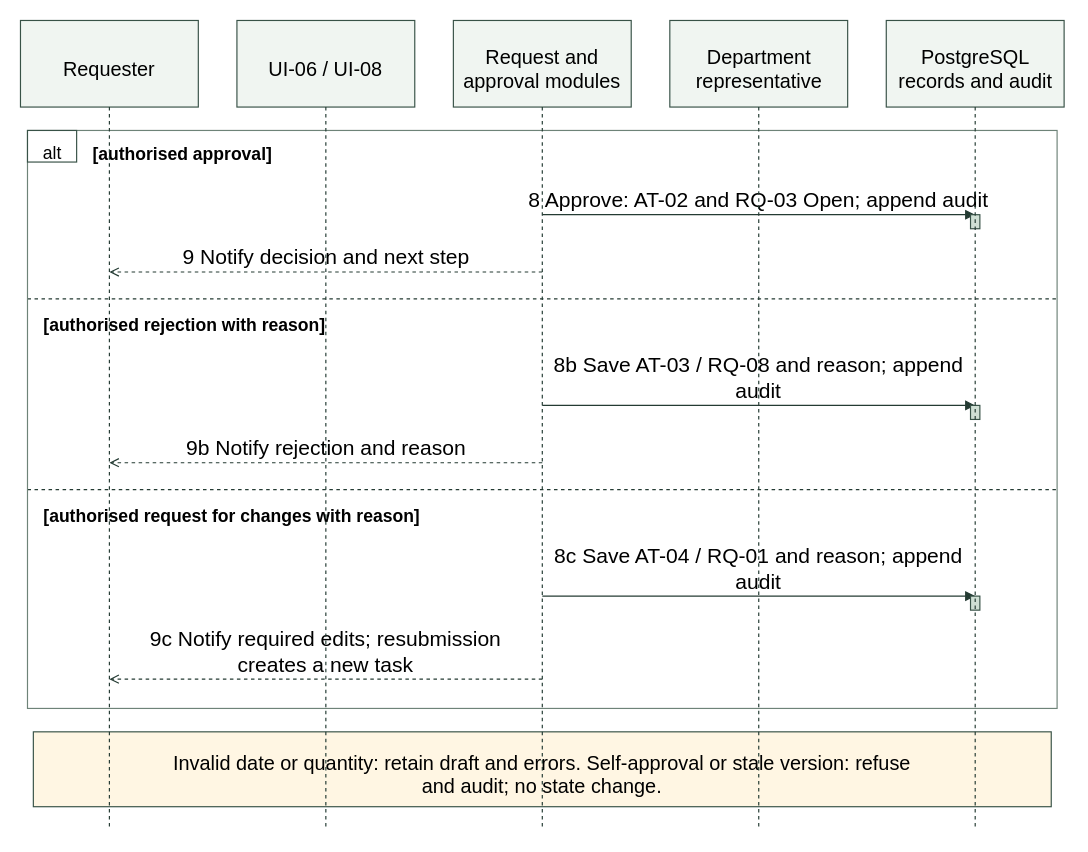
The draw.io diagram docs/phase45/diagrams/zayed/figure-9-3-request-approval-part-2.drawio in duqins/ITS, before the edit. Source tidied: cells renumbered, new cells numbered last; positions are measured from the earlier drawing's top-left corner, leaving out a move shared by most shapes. Both pictures are drawn from the tidied source at 117%, with x=0, y=0 at pixel (20, 20).
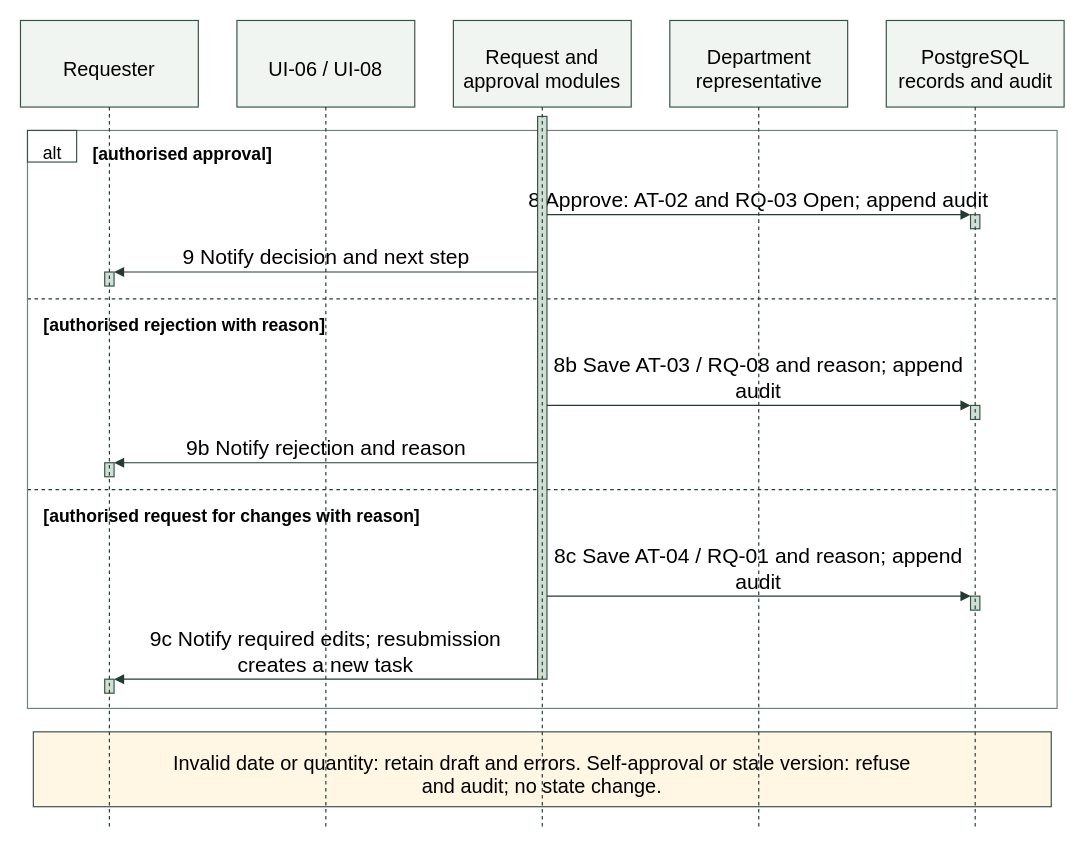
The same diagram, later.

What changed in the source:
```diff
@@
-    <mxCell id="12" value="8 Approve: AT-02 and RQ-03 Open; append audit" style="text;strokeColor=none;fillColor=none;align=center;fontSize=18;fontFamily=Arial;whiteSpace=wrap;html=0;" parent="1" vertex="1">
+    <mxCell id="12" value="8 Approve: AT-02 and RQ-03 Open; append audit" style="text;strokeColor=none;fillColor=none;align=center;fontSize=18;labelBackgroundColor=#ffffff;fontFamily=Arial;whiteSpace=wrap;html=0;" parent="1" vertex="1">
       <mxGeometry x="408.2" y="137" width="445.5" height="22.5" as="geometry" />
     </mxCell>
-    <mxCell id="13" style="edgeStyle=none;rounded=0;strokeColor=#243b33;endArrow=block;endFill=1;dashed=0;" parent="1" edge="1">
-      <mxGeometry relative="1" as="geometry">
-        <mxPoint x="446" y="166" as="sourcePoint" />
-        <mxPoint x="816" y="166" as="targetPoint" />
-      </mxGeometry>
+    <mxCell id="13" value="9 Notify decision and next step" style="text;strokeColor=none;fillColor=none;align=center;fontSize=18;labelBackgroundColor=#ffffff;fontFamily=Arial;whiteSpace=wrap;html=0;" parent="1" vertex="1">
+      <mxGeometry x="107.5" y="186" width="306.9" height="22.5" as="geometry" />
     </mxCell>
-    <mxCell id="14" style="fillColor=#cfdfd4;strokeColor=#385247;align=center;verticalAlign=middle;fontFamily=Arial;fontSize=16;whiteSpace=wrap;html=0;" parent="1" vertex="1">
-      <mxGeometry x="812" y="166" width="8" height="12" as="geometry" />
+    <mxCell id="14" style="edgeStyle=none;rounded=0;strokeColor=#243b33;endArrow=none;endFill=1;dashed=1;" parent="1" edge="1">
+      <mxGeometry relative="1" as="geometry">
+        <mxPoint x="6" y="238" as="sourcePoint" />
+        <mxPoint x="886" y="238" as="targetPoint" />
+      </mxGeometry>
     </mxCell>
-    <mxCell id="15" style="text;strokeColor=none;fillColor=none;align=center;fontSize=16;fontFamily=Arial;whiteSpace=wrap;html=0;" parent="1" vertex="1">
-      <mxGeometry x="816" y="161.4" height="20" as="geometry" />
+    <mxCell id="15" value="[authorised rejection with reason]" style="text;strokeColor=none;fillColor=none;align=left;fontSize=15;fontStyle=1;labelBackgroundColor=#ffffff;fontFamily=Arial;whiteSpace=wrap;html=0;" parent="1" vertex="1">
+      <mxGeometry x="18" y="245" width="280.5" height="18.8" as="geometry" />
     </mxCell>
-    <mxCell id="16" value="9 Notify decision and next step" style="text;strokeColor=none;fillColor=none;align=center;fontSize=18;fontFamily=Arial;whiteSpace=wrap;html=0;" parent="1" vertex="1">
-      <mxGeometry x="107.5" y="186" width="306.9" height="22.5" as="geometry" />
+    <mxCell id="16" value="8b Save AT-03 / RQ-08 and reason; append&#10;audit" style="text;strokeColor=none;fillColor=none;align=center;fontSize=18;labelBackgroundColor=#ffffff;fontFamily=Arial;whiteSpace=wrap;html=0;" parent="1" vertex="1">
+      <mxGeometry x="433" y="278" width="396" height="45" as="geometry" />
     </mxCell>
-    <mxCell id="17" style="edgeStyle=none;rounded=0;strokeColor=#243b33;endArrow=open;endFill=0;dashed=1;" parent="1" edge="1">
-      <mxGeometry relative="1" as="geometry">
-        <mxPoint x="446" y="215" as="sourcePoint" />
-        <mxPoint x="76" y="215" as="targetPoint" />
-      </mxGeometry>
+    <mxCell id="17" value="9b Notify rejection and reason" style="text;strokeColor=none;fillColor=none;align=center;fontSize=18;labelBackgroundColor=#ffffff;fontFamily=Arial;whiteSpace=wrap;html=0;" parent="1" vertex="1">
+      <mxGeometry x="112.5" y="349" width="297" height="22.5" as="geometry" />
     </mxCell>
     <mxCell id="18" style="edgeStyle=none;rounded=0;strokeColor=#243b33;endArrow=none;endFill=1;dashed=1;" parent="1" edge="1">
       <mxGeometry relative="1" as="geometry">
-        <mxPoint x="6" y="238" as="sourcePoint" />
-        <mxPoint x="886" y="238" as="targetPoint" />
+        <mxPoint x="6" y="401" as="sourcePoint" />
+        <mxPoint x="886" y="401" as="targetPoint" />
       </mxGeometry>
     </mxCell>
-    <mxCell id="19" value="[authorised rejection with reason]" style="text;strokeColor=none;fillColor=none;align=left;fontSize=15;fontStyle=1;fontFamily=Arial;whiteSpace=wrap;html=0;" parent="1" vertex="1">
-      <mxGeometry x="18" y="245" width="280.5" height="18.8" as="geometry" />
+    <mxCell id="19" value="[authorised request for changes with reason]" style="text;strokeColor=none;fillColor=none;align=left;fontSize=15;fontStyle=1;labelBackgroundColor=#ffffff;fontFamily=Arial;whiteSpace=wrap;html=0;" parent="1" vertex="1">
+      <mxGeometry x="18" y="408" width="363" height="18.8" as="geometry" />
     </mxCell>
-    <mxCell id="20" value="8b Save AT-03 / RQ-08 and reason; append&#10;audit" style="text;strokeColor=none;fillColor=none;align=center;fontSize=18;fontFamily=Arial;whiteSpace=wrap;html=0;" parent="1" vertex="1">
-      <mxGeometry x="433" y="278" width="396" height="45" as="geometry" />
+    <mxCell id="20" value="8c Save AT-04 / RQ-01 and reason; append&#10;audit" style="text;strokeColor=none;fillColor=none;align=center;fontSize=18;labelBackgroundColor=#ffffff;fontFamily=Arial;whiteSpace=wrap;html=0;" parent="1" vertex="1">
+      <mxGeometry x="433" y="441" width="396" height="45" as="geometry" />
     </mxCell>
-    <mxCell id="21" style="edgeStyle=none;rounded=0;strokeColor=#243b33;endArrow=block;endFill=1;dashed=0;" parent="1" edge="1">
-      <mxGeometry relative="1" as="geometry">
-        <mxPoint x="446" y="329" as="sourcePoint" />
-        <mxPoint x="816" y="329" as="targetPoint" />
-      </mxGeometry>
+    <mxCell id="21" value="9c Notify required edits; resubmission&#10;creates a new task" style="text;strokeColor=none;fillColor=none;align=center;fontSize=18;labelBackgroundColor=#ffffff;fontFamily=Arial;whiteSpace=wrap;html=0;" parent="1" vertex="1">
+      <mxGeometry x="72.9" y="512" width="376.2" height="45" as="geometry" />
     </mxCell>
-    <mxCell id="22" style="fillColor=#cfdfd4;strokeColor=#385247;align=center;verticalAlign=middle;fontFamily=Arial;fontSize=16;whiteSpace=wrap;html=0;" parent="1" vertex="1">
-      <mxGeometry x="812" y="329" width="8" height="12" as="geometry" />
+    <mxCell id="22" style="fillColor=none;strokeColor=#6e8378;fontFamily=Arial;fontSize=16;whiteSpace=wrap;html=0;" parent="1" vertex="1">
+      <mxGeometry x="6" y="94" width="880" height="494" as="geometry" />
     </mxCell>
-    <mxCell id="23" style="text;strokeColor=none;fillColor=none;align=center;fontSize=16;fontFamily=Arial;whiteSpace=wrap;html=0;" parent="1" vertex="1">
-      <mxGeometry x="816" y="324.4" height="20" as="geometry" />
+    <mxCell id="23" style="fillColor=white;strokeColor=#385247;align=center;verticalAlign=middle;fontFamily=Arial;fontSize=16;whiteSpace=wrap;html=0;" parent="1" vertex="1">
+      <mxGeometry x="6" y="94" width="42" height="27" as="geometry" />
     </mxCell>
-    <mxCell id="24" value="9b Notify rejection and reason" style="text;strokeColor=none;fillColor=none;align=center;fontSize=18;fontFamily=Arial;whiteSpace=wrap;html=0;" parent="1" vertex="1">
-      <mxGeometry x="112.5" y="349" width="297" height="22.5" as="geometry" />
+    <mxCell id="24" value="alt" style="text;strokeColor=none;fillColor=none;align=center;fontSize=15;fontFamily=Arial;whiteSpace=wrap;html=0;" parent="1" vertex="1">
+      <mxGeometry x="14.6" y="97.6" width="24.8" height="18.8" as="geometry" />
     </mxCell>
-    <mxCell id="25" style="edgeStyle=none;rounded=0;strokeColor=#243b33;endArrow=open;endFill=0;dashed=1;" parent="1" edge="1">
-      <mxGeometry relative="1" as="geometry">
-        <mxPoint x="446" y="378" as="sourcePoint" />
-        <mxPoint x="76" y="378" as="targetPoint" />
-      </mxGeometry>
+    <mxCell id="25" value="[authorised approval]" style="text;strokeColor=none;fillColor=none;align=left;fontSize=15;fontStyle=1;labelBackgroundColor=#ffffff;fontFamily=Arial;whiteSpace=wrap;html=0;" parent="1" vertex="1">
+      <mxGeometry x="60" y="99" width="173.2" height="18.8" as="geometry" />
     </mxCell>
-    <mxCell id="26" style="edgeStyle=none;rounded=0;strokeColor=#243b33;endArrow=none;endFill=1;dashed=1;" parent="1" edge="1">
-      <mxGeometry relative="1" as="geometry">
-        <mxPoint x="6" y="401" as="sourcePoint" />
-        <mxPoint x="886" y="401" as="targetPoint" />
-      </mxGeometry>
+    <mxCell id="26" style="fillColor=#fff6e3;strokeColor=#385247;align=center;verticalAlign=middle;fontFamily=Arial;fontSize=16;whiteSpace=wrap;html=0;" parent="1" vertex="1">
+      <mxGeometry x="11" y="608" width="870" height="64" as="geometry" />
     </mxCell>
-    <mxCell id="27" value="[authorised request for changes with reason]" style="text;strokeColor=none;fillColor=none;align=left;fontSize=15;fontStyle=1;fontFamily=Arial;whiteSpace=wrap;html=0;" parent="1" vertex="1">
-      <mxGeometry x="18" y="408" width="363" height="18.8" as="geometry" />
+    <mxCell id="27" value="Invalid date or quantity: retain draft and errors. Self-approval or stale version: refuse&#10;and audit; no state change." style="text;strokeColor=none;fillColor=none;align=center;fontSize=17;fontFamily=Arial;whiteSpace=wrap;html=0;" parent="1" vertex="1">
+      <mxGeometry x="29.9" y="618.6" width="832.2" height="42.5" as="geometry" />
     </mxCell>
-    <mxCell id="28" value="8c Save AT-04 / RQ-01 and reason; append&#10;audit" style="text;strokeColor=none;fillColor=none;align=center;fontSize=18;fontFamily=Arial;whiteSpace=wrap;html=0;" parent="1" vertex="1">
-      <mxGeometry x="433" y="441" width="396" height="45" as="geometry" />
+    <mxCell id="28" style="fillColor=#cfdfd4;strokeColor=#385247;fontFamily=Arial;fontSize=16;whiteSpace=wrap;html=0;" parent="1" vertex="1">
+      <mxGeometry x="812" y="166" width="8" height="12" as="geometry" />
     </mxCell>
-    <mxCell id="29" style="edgeStyle=none;rounded=0;strokeColor=#243b33;endArrow=block;endFill=1;dashed=0;" parent="1" edge="1">
-      <mxGeometry relative="1" as="geometry">
-        <mxPoint x="446" y="492" as="sourcePoint" />
-        <mxPoint x="816" y="492" as="targetPoint" />
-      </mxGeometry>
+    <mxCell id="29" style="fillColor=#cfdfd4;strokeColor=#385247;fontFamily=Arial;fontSize=16;whiteSpace=wrap;html=0;" parent="1" vertex="1">
+      <mxGeometry x="72" y="215" width="8" height="12" as="geometry" />
     </mxCell>
-    <mxCell id="30" style="fillColor=#cfdfd4;strokeColor=#385247;align=center;verticalAlign=middle;fontFamily=Arial;fontSize=16;whiteSpace=wrap;html=0;" parent="1" vertex="1">
-      <mxGeometry x="812" y="492" width="8" height="12" as="geometry" />
+    <mxCell id="30" style="fillColor=#cfdfd4;strokeColor=#385247;fontFamily=Arial;fontSize=16;whiteSpace=wrap;html=0;" parent="1" vertex="1">
+      <mxGeometry x="812" y="329" width="8" height="12" as="geometry" />
     </mxCell>
-    <mxCell id="31" style="text;strokeColor=none;fillColor=none;align=center;fontSize=16;fontFamily=Arial;whiteSpace=wrap;html=0;" parent="1" vertex="1">
-      <mxGeometry x="816" y="487.4" height="20" as="geometry" />
+    <mxCell id="31" style="fillColor=#cfdfd4;strokeColor=#385247;fontFamily=Arial;fontSize=16;whiteSpace=wrap;html=0;" parent="1" vertex="1">
+      <mxGeometry x="72" y="378" width="8" height="12" as="geometry" />
     </mxCell>
-    <mxCell id="32" value="9c Notify required edits; resubmission&#10;creates a new task" style="text;strokeColor=none;fillColor=none;align=center;fontSize=18;fontFamily=Arial;whiteSpace=wrap;html=0;" parent="1" vertex="1">
-      <mxGeometry x="72.9" y="512" width="376.2" height="45" as="geometry" />
+    <mxCell id="32" style="fillColor=#cfdfd4;strokeColor=#385247;fontFamily=Arial;fontSize=16;whiteSpace=wrap;html=0;" parent="1" vertex="1">
+      <mxGeometry x="442" y="82" width="8" height="481" as="geometry" />
     </mxCell>
-    <mxCell id="33" style="edgeStyle=none;rounded=0;strokeColor=#243b33;endArrow=open;endFill=0;dashed=1;" parent="1" edge="1">
-      <mxGeometry relative="1" as="geometry">
-        <mxPoint x="446" y="563" as="sourcePoint" />
-        <mxPoint x="76" y="563" as="targetPoint" />
-      </mxGeometry>
+    <mxCell id="33" style="fillColor=#cfdfd4;strokeColor=#385247;fontFamily=Arial;fontSize=16;whiteSpace=wrap;html=0;" parent="1" vertex="1">
+      <mxGeometry x="812" y="492" width="8" height="12" as="geometry" />
     </mxCell>
-    <mxCell id="34" style="fillColor=none;strokeColor=#6e8378;fontFamily=Arial;fontSize=16;whiteSpace=wrap;html=0;" parent="1" vertex="1">
-      <mxGeometry x="6" y="94" width="880" height="494" as="geometry" />
+    <mxCell id="34" style="fillColor=#cfdfd4;strokeColor=#385247;fontFamily=Arial;fontSize=16;whiteSpace=wrap;html=0;" parent="1" vertex="1">
+      <mxGeometry x="72" y="563" width="8" height="12" as="geometry" />
     </mxCell>
-    <mxCell id="35" style="fillColor=white;strokeColor=#385247;align=center;verticalAlign=middle;fontFamily=Arial;fontSize=16;whiteSpace=wrap;html=0;" parent="1" vertex="1">
-      <mxGeometry x="6" y="94" width="42" height="27" as="geometry" />
+    <mxCell id="35" style="edgeStyle=none;rounded=0;strokeColor=#243b33;endArrow=block;endFill=1;dashed=0;" parent="1" edge="1">
+      <mxGeometry relative="1" as="geometry">
+        <mxPoint x="450" y="166" as="sourcePoint" />
+        <mxPoint x="812" y="166" as="targetPoint" />
+      </mxGeometry>
     </mxCell>
-    <mxCell id="36" value="alt" style="text;strokeColor=none;fillColor=none;align=center;fontSize=15;fontFamily=Arial;whiteSpace=wrap;html=0;" parent="1" vertex="1">
-      <mxGeometry x="14.6" y="97.6" width="24.8" height="18.8" as="geometry" />
+    <mxCell id="36" style="edgeStyle=none;rounded=0;strokeColor=#243b33;endArrow=block;endFill=1;dashed=0;" parent="1" edge="1">
+      <mxGeometry relative="1" as="geometry">
+        <mxPoint x="442" y="215" as="sourcePoint" />
+        <mxPoint x="80" y="215" as="targetPoint" />
+      </mxGeometry>
     </mxCell>
-    <mxCell id="37" value="[authorised approval]" style="text;strokeColor=none;fillColor=none;align=left;fontSize=15;fontStyle=1;fontFamily=Arial;whiteSpace=wrap;html=0;" parent="1" vertex="1">
-      <mxGeometry x="60" y="99" width="173.2" height="18.8" as="geometry" />
+    <mxCell id="37" style="edgeStyle=none;rounded=0;strokeColor=#243b33;endArrow=block;endFill=1;dashed=0;" parent="1" edge="1">
+      <mxGeometry relative="1" as="geometry">
+        <mxPoint x="450" y="329" as="sourcePoint" />
+        <mxPoint x="812" y="329" as="targetPoint" />
+      </mxGeometry>
     </mxCell>
-    <mxCell id="38" style="fillColor=#fff6e3;strokeColor=#385247;align=center;verticalAlign=middle;fontFamily=Arial;fontSize=16;whiteSpace=wrap;html=0;" parent="1" vertex="1">
-      <mxGeometry x="11" y="608" width="870" height="64" as="geometry" />
+    <mxCell id="38" style="edgeStyle=none;rounded=0;strokeColor=#243b33;endArrow=block;endFill=1;dashed=0;" parent="1" edge="1">
+      <mxGeometry relative="1" as="geometry">
+        <mxPoint x="442" y="378" as="sourcePoint" />
+        <mxPoint x="80" y="378" as="targetPoint" />
+      </mxGeometry>
     </mxCell>
-    <mxCell id="39" value="Invalid date or quantity: retain draft and errors. Self-approval or stale version: refuse&#10;and audit; no state change." style="text;strokeColor=none;fillColor=none;align=center;fontSize=17;fontFamily=Arial;whiteSpace=wrap;html=0;" parent="1" vertex="1">
-      <mxGeometry x="29.9" y="618.6" width="832.2" height="42.5" as="geometry" />
+    <mxCell id="39" style="edgeStyle=none;rounded=0;strokeColor=#243b33;endArrow=block;endFill=1;dashed=0;" parent="1" edge="1">
+      <mxGeometry relative="1" as="geometry">
+        <mxPoint x="450" y="492" as="sourcePoint" />
+        <mxPoint x="812" y="492" as="targetPoint" />
+      </mxGeometry>
     </mxCell>
-    <mxCell id="40" style="edgeStyle=none;rounded=0;strokeColor=#243b33;endArrow=none;endFill=1;dashed=1;" parent="1" edge="1">
+    <mxCell id="40" style="edgeStyle=none;rounded=0;strokeColor=#243b33;endArrow=block;endFill=1;dashed=0;" parent="1" edge="1">
       <mxGeometry relative="1" as="geometry">
-        <mxPoint x="76" y="74" as="sourcePoint" />
-        <mxPoint x="76" y="692" as="targetPoint" />
+        <mxPoint x="442" y="563" as="sourcePoint" />
+        <mxPoint x="80" y="563" as="targetPoint" />
       </mxGeometry>
     </mxCell>
     <mxCell id="41" style="edgeStyle=none;rounded=0;strokeColor=#243b33;endArrow=none;endFill=1;dashed=1;" parent="1" edge="1">
       <mxGeometry relative="1" as="geometry">
-        <mxPoint x="261" y="74" as="sourcePoint" />
-        <mxPoint x="261" y="692" as="targetPoint" />
+        <mxPoint x="76" y="74" as="sourcePoint" />
+        <mxPoint x="76" y="692" as="targetPoint" />
       </mxGeometry>
     </mxCell>
     <mxCell id="42" style="edgeStyle=none;rounded=0;strokeColor=#243b33;endArrow=none;endFill=1;dashed=1;" parent="1" edge="1">
       <mxGeometry relative="1" as="geometry">
-        <mxPoint x="446" y="74" as="sourcePoint" />
-        <mxPoint x="446" y="692" as="targetPoint" />
+        <mxPoint x="261" y="74" as="sourcePoint" />
+        <mxPoint x="261" y="692" as="targetPoint" />
       </mxGeometry>
     </mxCell>
     <mxCell id="43" style="edgeStyle=none;rounded=0;strokeColor=#243b33;endArrow=none;endFill=1;dashed=1;" parent="1" edge="1">
       <mxGeometry relative="1" as="geometry">
-        <mxPoint x="631" y="74" as="sourcePoint" />
-        <mxPoint x="631" y="692" as="targetPoint" />
+        <mxPoint x="446" y="74" as="sourcePoint" />
+        <mxPoint x="446" y="692" as="targetPoint" />
       </mxGeometry>
     </mxCell>
     <mxCell id="44" style="edgeStyle=none;rounded=0;strokeColor=#243b33;endArrow=none;endFill=1;dashed=1;" parent="1" edge="1">
       <mxGeometry relative="1" as="geometry">
-        <mxPoint x="816" y="74" as="sourcePoint" />
-        <mxPoint x="816" y="692" as="targetPoint" />
+        <mxPoint x="631" y="74" as="sourcePoint" />
+        <mxPoint x="631" y="692" as="targetPoint" />
       </mxGeometry>
     </mxCell>
+    <mxCell id="45" style="edgeStyle=none;rounded=0;strokeColor=#243b33;endArrow=none;endFill=1;dashed=1;" parent="1" edge="1">
+      <mxGeometry relative="1" as="geometry">
+        <mxPoint x="816" y="74" as="sourcePoint" />
+        <mxPoint x="816" y="692" as="targetPoint" />
+      </mxGeometry>
+    </mxCell>
```
